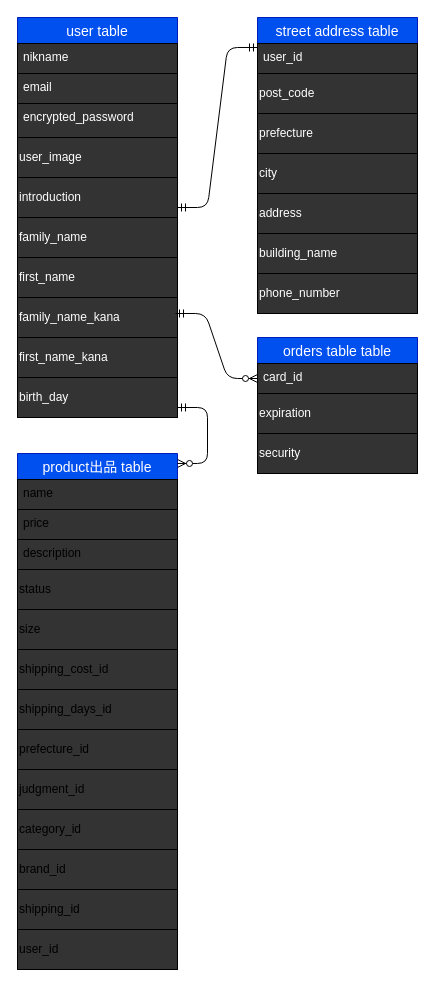
Above: db.dio in yosida0929/furima-31487 (draw.io), before the change. Source tidied: cells renumbered, new cells numbered last; positions are measured from the earlier drawing's top-left corner, leaving out a move shared by most shapes. Both pictures are drawn from the tidied source at 100%, with x=0, y=0 at pixel (17, 17).
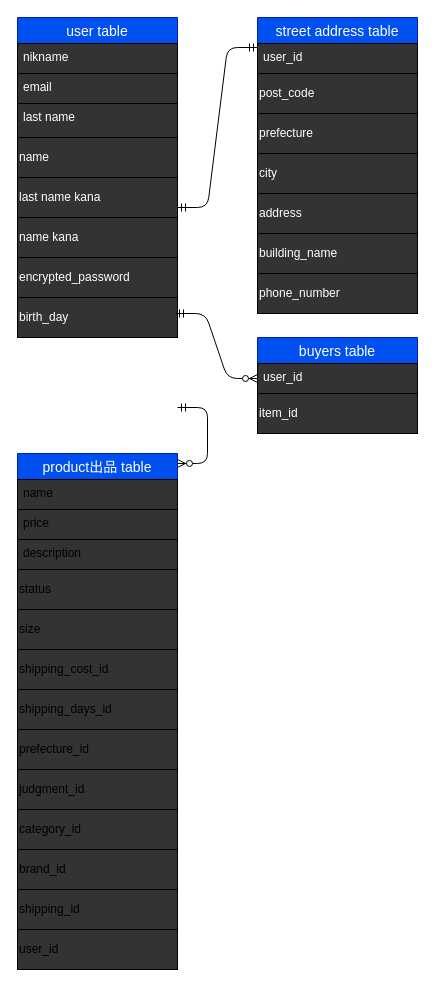
Above is the later version.

Commit message (it also covers changes not shown here):
DB 設計 README ER図修正6

Unchanged cells that the change refers to:
```xml
<mxCell id="2" value="user table" style="swimlane;fontStyle=0;horizontal=1;startSize=26;align=center;fontSize=14;fillColor=#0050ef;strokeColor=#001DBC;fontColor=#ffffff;" parent="1" vertex="1">
  <mxGeometry width="160" height="120" as="geometry" />
</mxCell>
<mxCell id="21" value="product出品 table" style="swimlane;fontStyle=0;horizontal=1;startSize=26;align=center;fontSize=14;fillColor=#0050ef;strokeColor=#001DBC;fontColor=#ffffff;" parent="1" vertex="1">
  <mxGeometry y="436" width="160" height="116" as="geometry" />
</mxCell>
```

Diff of the diagram source:
```diff
@@
-    <mxCell id="5" value="encrypted_password" style="text;spacingLeft=4;spacingRight=4;overflow=hidden;fontSize=12;whiteSpace=wrap;labelBackgroundColor=none;fillColor=#333333;strokeColor=#000000;fontColor=#FFFFFF;" parent="2" vertex="1">
+    <mxCell id="5" value="last name" style="text;spacingLeft=4;spacingRight=4;overflow=hidden;fontSize=12;whiteSpace=wrap;labelBackgroundColor=none;fillColor=#333333;strokeColor=#000000;fontColor=#FFFFFF;" parent="2" vertex="1">
       <mxGeometry y="86" width="160" height="34" as="geometry" />
     </mxCell>
-    <mxCell id="6" value="user_image" style="align=left;labelBackgroundColor=none;whiteSpace=wrap;fillColor=#333333;strokeColor=#000000;fontColor=#FFFFFF;" parent="1" vertex="1">
+    <mxCell id="6" value="name" style="align=left;labelBackgroundColor=none;whiteSpace=wrap;fillColor=#333333;strokeColor=#000000;fontColor=#FFFFFF;" parent="1" vertex="1">
       <mxGeometry y="120" width="160" height="40" as="geometry" />
     </mxCell>
-    <mxCell id="7" value="introduction" style="whiteSpace=wrap;align=left;fillColor=#333333;strokeColor=#000000;fontColor=#FFFFFF;" parent="1" vertex="1">
+    <mxCell id="7" value="last name kana" style="whiteSpace=wrap;align=left;fillColor=#333333;strokeColor=#000000;fontColor=#FFFFFF;" parent="1" vertex="1">
       <mxGeometry y="160" width="160" height="40" as="geometry" />
     </mxCell>
-    <mxCell id="8" value="family_name" style="whiteSpace=wrap;align=left;fillColor=#333333;strokeColor=#000000;fontColor=#FFFFFF;" parent="1" vertex="1">
+    <mxCell id="8" value="name kana" style="whiteSpace=wrap;align=left;fillColor=#333333;strokeColor=#000000;fontColor=#FFFFFF;" parent="1" vertex="1">
       <mxGeometry y="200" width="160" height="40" as="geometry" />
     </mxCell>
-    <mxCell id="9" value="first_name" style="whiteSpace=wrap;align=left;fillColor=#333333;strokeColor=#000000;fontColor=#FFFFFF;" parent="1" vertex="1">
+    <mxCell id="9" value="encrypted_password" style="whiteSpace=wrap;align=left;fillColor=#333333;strokeColor=#000000;fontColor=#FFFFFF;" parent="1" vertex="1">
       <mxGeometry y="240" width="160" height="40" as="geometry" />
     </mxCell>
-    <mxCell id="10" value="family_name_kana" style="whiteSpace=wrap;align=left;fillColor=#333333;strokeColor=#000000;fontColor=#FFFFFF;" parent="1" vertex="1">
+    <mxCell id="10" value="birth_day" style="whiteSpace=wrap;align=left;fillColor=#333333;strokeColor=#000000;fontColor=#FFFFFF;" parent="1" vertex="1">
       <mxGeometry y="280" width="160" height="40" as="geometry" />
     </mxCell>
-    <mxCell id="11" value="first_name_kana" style="whiteSpace=wrap;align=left;fillColor=#333333;strokeColor=#000000;fontColor=#FFFFFF;" parent="1" vertex="1">
-      <mxGeometry y="320" width="160" height="40" as="geometry" />
-    </mxCell>
-    <mxCell id="12" value="birth_day" style="whiteSpace=wrap;align=left;fillColor=#333333;strokeColor=#000000;fontColor=#FFFFFF;" parent="1" vertex="1">
-      <mxGeometry y="360" width="160" height="40" as="geometry" />
-    </mxCell>
@@
-    <mxCell id="36" style="edgeStyle=entityRelationEdgeStyle;fontSize=12;html=1;endArrow=ERzeroToMany;startArrow=ERmandOne;verticalAlign=middle;exitX=1;exitY=0.75;exitDx=0;exitDy=0;entryX=1;entryY=0.086;entryDx=0;entryDy=0;entryPerimeter=0;" parent="1" edge="1" source="12" target="21">
-      <mxGeometry relative="1" as="geometry" />
+    <mxCell id="36" style="edgeStyle=entityRelationEdgeStyle;fontSize=12;html=1;endArrow=ERzeroToMany;startArrow=ERmandOne;verticalAlign=middle;exitX=1;exitY=0.75;exitDx=0;exitDy=0;entryX=1;entryY=0.086;entryDx=0;entryDy=0;entryPerimeter=0;" parent="1" edge="1" target="21">
+      <mxGeometry relative="1" as="geometry">
+        <mxPoint x="160" y="390" as="sourcePoint" />
+      </mxGeometry>
     </mxCell>
-    <mxCell id="37" value="orders table table" style="swimlane;fontStyle=0;horizontal=1;startSize=26;align=center;fontSize=14;fillColor=#0050ef;strokeColor=#001DBC;fontColor=#ffffff;" parent="1" vertex="1">
+    <mxCell id="37" value="buyers table" style="swimlane;fontStyle=0;horizontal=1;startSize=26;align=center;fontSize=14;fillColor=#0050ef;strokeColor=#001DBC;fontColor=#ffffff;" parent="1" vertex="1">
       <mxGeometry x="240" y="320" width="160" height="56" as="geometry" />
     </mxCell>
-    <mxCell id="38" value="card_id" style="text;spacingLeft=4;spacingRight=4;overflow=hidden;points=[[0,0.5],[1,0.5]];portConstraint=eastwest;fontSize=12;fillColor=#333333;strokeColor=#000000;fontColor=#FFFFFF;" parent="37" vertex="1">
+    <mxCell id="38" value="user_id" style="text;spacingLeft=4;spacingRight=4;overflow=hidden;points=[[0,0.5],[1,0.5]];portConstraint=eastwest;fontSize=12;fillColor=#333333;strokeColor=#000000;fontColor=#FFFFFF;" parent="37" vertex="1">
       <mxGeometry y="26" width="160" height="30" as="geometry" />
     </mxCell>
-    <mxCell id="39" value="expiration" style="whiteSpace=wrap;align=left;gradientColor=none;fillColor=#333333;strokeColor=#000000;fontColor=#FFFFFF;" parent="1" vertex="1">
+    <mxCell id="39" value="item_id" style="whiteSpace=wrap;align=left;gradientColor=none;fillColor=#333333;strokeColor=#000000;fontColor=#FFFFFF;" parent="1" vertex="1">
       <mxGeometry x="240" y="376" width="160" height="40" as="geometry" />
     </mxCell>
-    <mxCell id="40" value="security" style="whiteSpace=wrap;align=left;gradientColor=none;fillColor=#333333;strokeColor=#000000;fontColor=#FFFFFF;" parent="1" vertex="1">
-      <mxGeometry x="240" y="416" width="160" height="40" as="geometry" />
-    </mxCell>
```
